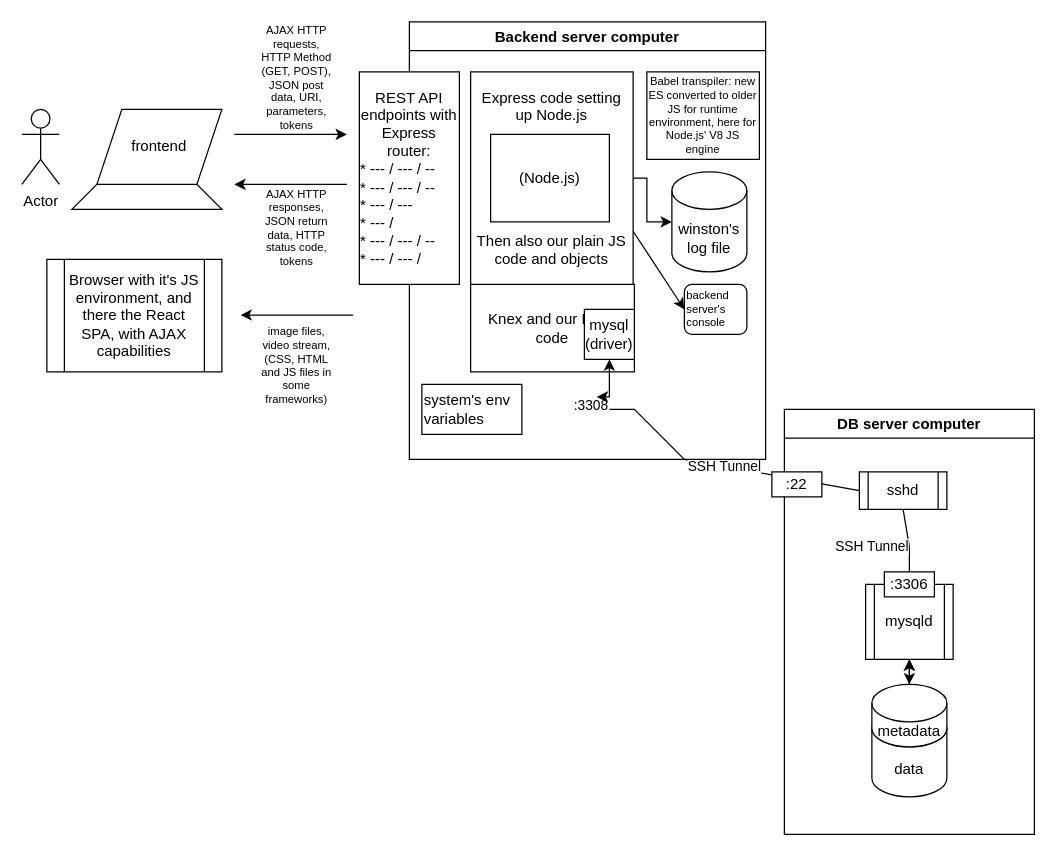
This is BackendArchitecturePic_with_DrawIo.drawio from valju/docs_backend_design, a draw.io file, before an edit. Source tidied: cells renumbered, new cells numbered last; positions are measured from the earlier drawing's top-left corner, leaving out a move shared by most shapes. Both pictures are drawn from the tidied source at 125%, with x=0, y=0 at pixel (21, 21).
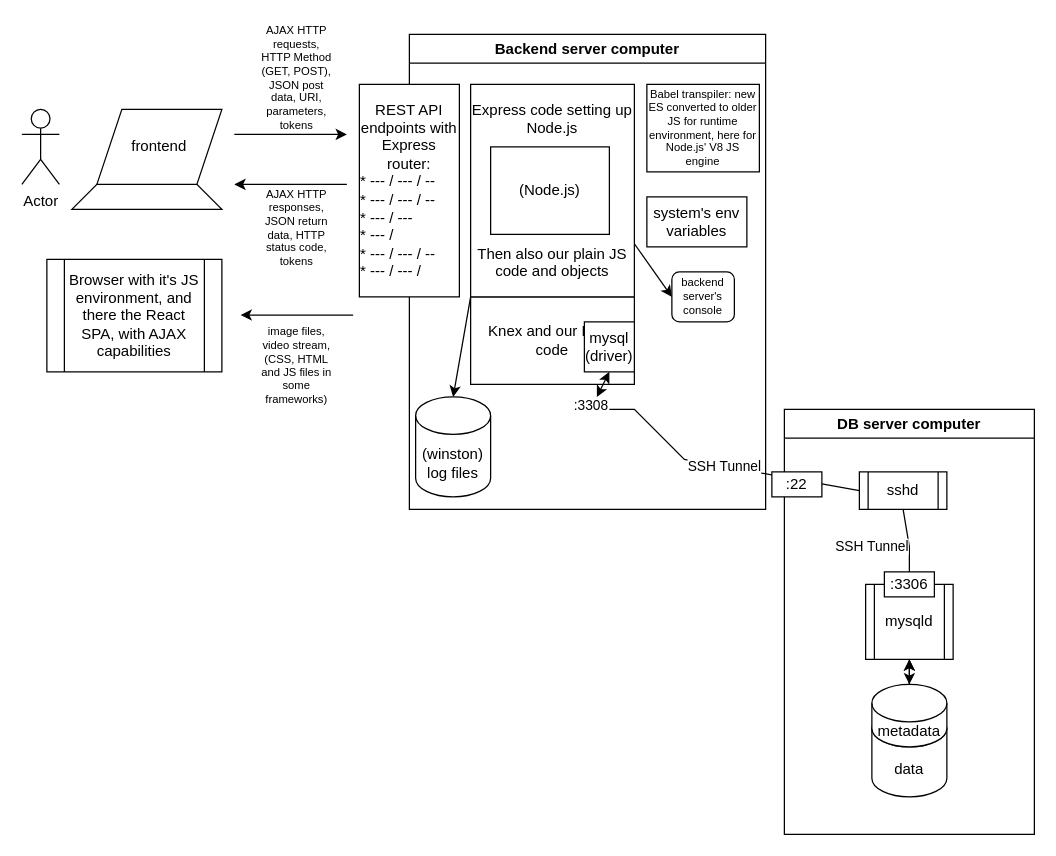
After the change.

Unchanged cells that the change refers to:
```xml
<mxCell id="27" value="mysql (driver)" style="rounded=0;whiteSpace=wrap;html=1;" parent="18" vertex="1">
  <mxGeometry x="140" y="230" width="40" height="40" as="geometry" />
</mxCell>
```

What changed in the source:
```diff
@@
     <mxCell id="18" value="Backend server computer" style="swimlane;" parent="1" vertex="1">
-      <mxGeometry x="310" width="285" height="350" as="geometry" />
+      <mxGeometry x="310" y="10" width="285" height="380" as="geometry" />
     </mxCell>
@@
-    <mxCell id="20" style="edgeStyle=orthogonalEdgeStyle;rounded=0;jettySize=auto;html=1;exitX=0;exitY=0.5;exitDx=0;exitDy=0;exitPerimeter=0;fontSize=9;startArrow=classic;startFill=1;endArrow=none;endFill=0;" parent="18" edge="1" source="21" target="23">
+    <mxCell id="20" style="rounded=0;jettySize=auto;html=1;exitX=0.5;exitY=0;exitDx=0;exitDy=0;exitPerimeter=0;fontSize=9;startArrow=classic;startFill=1;endArrow=none;endFill=0;entryX=0;entryY=1;entryDx=0;entryDy=0;" parent="18" edge="1" source="21" target="23">
       <mxGeometry relative="1" as="geometry" />
     </mxCell>
-    <mxCell id="21" value="winston's log file" style="shape=cylinder3;whiteSpace=wrap;html=1;boundedLbl=1;backgroundOutline=1;size=15;" parent="18" vertex="1">
-      <mxGeometry x="210" y="120" width="60" height="80" as="geometry" />
+    <mxCell id="21" value="(winston) log files" style="shape=cylinder3;whiteSpace=wrap;html=1;boundedLbl=1;backgroundOutline=1;size=15;" parent="18" vertex="1">
+      <mxGeometry x="5" y="290" width="60" height="80" as="geometry" />
     </mxCell>
@@
     <mxCell id="23" value="Express code setting up Node.js&lt;br&gt;&lt;br&gt;&lt;br&gt;&lt;br&gt;&lt;div&gt;&lt;br&gt;&lt;/div&gt;&lt;div&gt;&lt;br&gt;&lt;/div&gt;&lt;div&gt;&lt;br&gt;&lt;/div&gt;Then also our plain JS code and objects" style="rounded=0;whiteSpace=wrap;html=1;" parent="18" vertex="1">
-      <mxGeometry x="49" y="40" width="130" height="170" as="geometry" />
+      <mxGeometry x="49" y="40" width="131" height="170" as="geometry" />
     </mxCell>
@@
-    <mxCell id="26" value="system's env variables" style="rounded=0;whiteSpace=wrap;html=1;align=left;" parent="18" vertex="1">
-      <mxGeometry x="10" y="290" width="80" height="40" as="geometry" />
+    <mxCell id="26" value="&lt;div align=&quot;center&quot;&gt;system's env variables&lt;/div&gt;" style="rounded=0;whiteSpace=wrap;html=1;align=center;" parent="18" vertex="1">
+      <mxGeometry x="190" y="130" width="80" height="40" as="geometry" />
     </mxCell>
@@
-    <mxCell id="29" value="backend server's console" style="rounded=1;whiteSpace=wrap;html=1;fontSize=9;fillColor=#FFFFFF;align=left;" parent="18" vertex="1">
-      <mxGeometry x="220" y="210" width="50" height="40" as="geometry" />
+    <mxCell id="29" value="&lt;div align=&quot;center&quot;&gt;backend server's console&lt;/div&gt;" style="rounded=1;whiteSpace=wrap;html=1;fontSize=9;fillColor=#FFFFFF;align=center;" parent="18" vertex="1">
+      <mxGeometry x="210" y="190" width="50" height="40" as="geometry" />
     </mxCell>
@@
-    <mxCell id="31" style="edgeStyle=orthogonalEdgeStyle;rounded=0;jettySize=auto;html=1;entryX=0.5;entryY=1;entryDx=0;entryDy=0;startArrow=classic;startFill=1;" parent="1" edge="1" target="27">
+    <mxCell id="31" style="rounded=0;jettySize=auto;html=1;entryX=0.5;entryY=1;entryDx=0;entryDy=0;startArrow=classic;startFill=1;" parent="1" edge="1" target="27">
       <mxGeometry relative="1" as="geometry">
         <mxPoint x="460" y="300" as="sourcePoint" />
       </mxGeometry>
     </mxCell>
```
